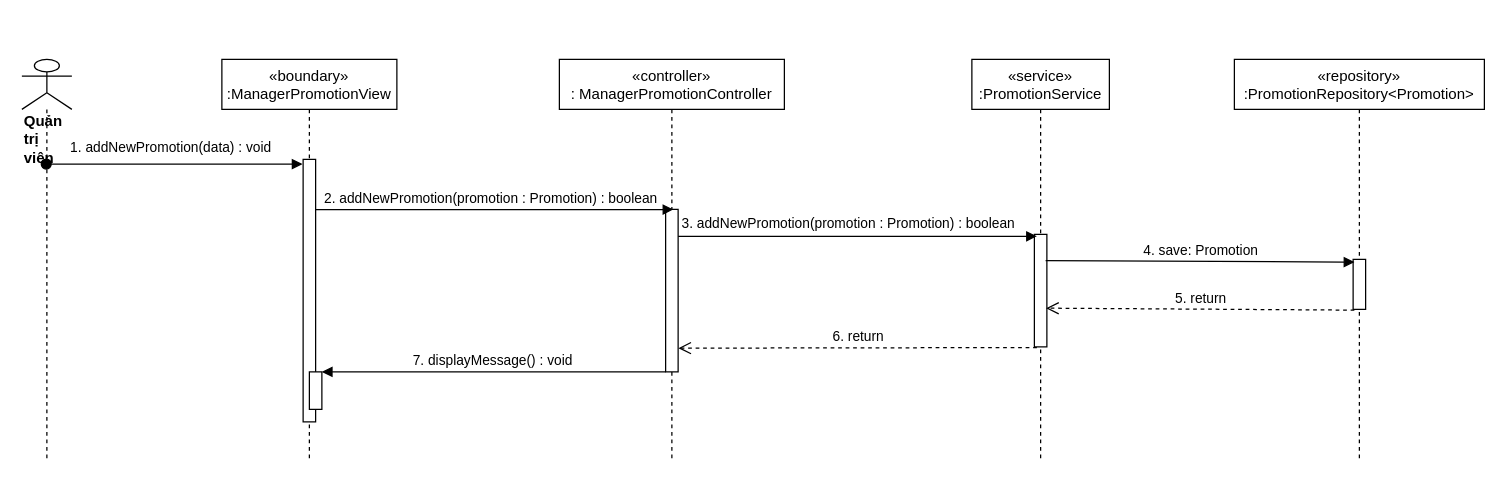
Earlier version of the draw.io diagram sequence diagram/add-promotion-manager-sequence.drawio (nguyenphamvan/datn_20202). Source tidied: cells renumbered, new cells numbered last; positions are measured from the earlier drawing's top-left corner, leaving out a move shared by most shapes. Both pictures are drawn from the tidied source at 125%, with x=0, y=0 at pixel (21, 59).
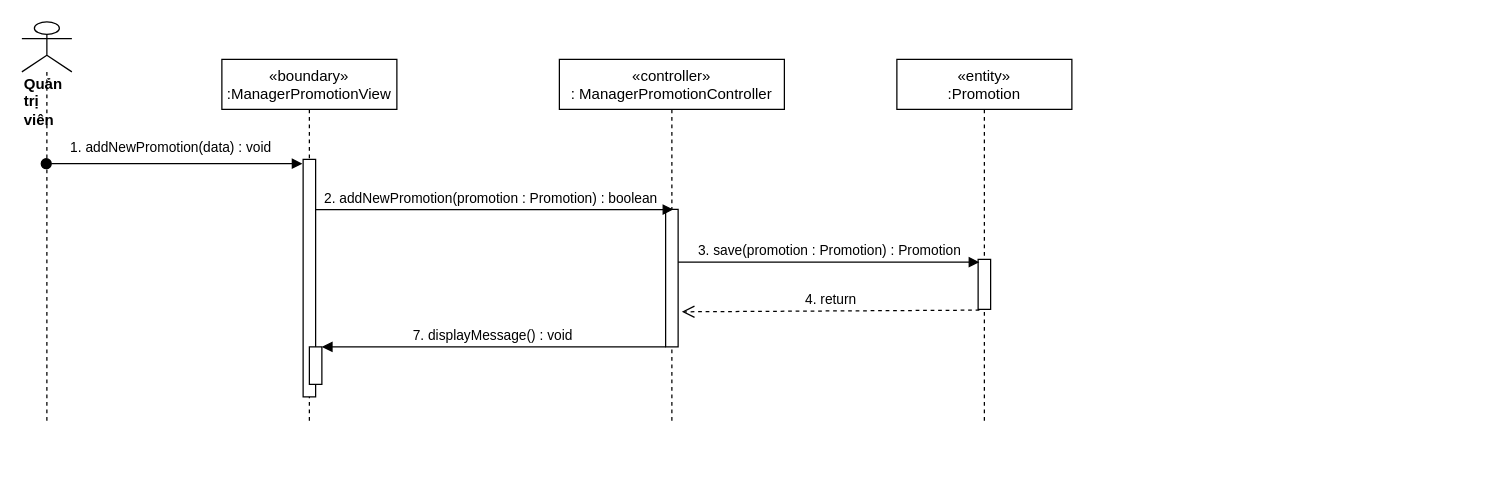
After the change.

Diff of the diagram source:
```diff
@@
     <mxCell id="2" value="«boundary»&#10;:ManagerPromotionView" style="shape=umlLifeline;perimeter=lifelinePerimeter;rounded=0;shadow=0;strokeWidth=1;" parent="1" vertex="1">
-      <mxGeometry x="160" width="140" height="320" as="geometry" />
+      <mxGeometry x="160" width="140" height="290" as="geometry" />
     </mxCell>
     <mxCell id="3" style="points=[];perimeter=orthogonalPerimeter;rounded=0;shadow=0;strokeWidth=1;" parent="2" vertex="1">
-      <mxGeometry x="65" y="80" width="10" height="210" as="geometry" />
+      <mxGeometry x="65" y="80" width="10" height="190" as="geometry" />
     </mxCell>
     <mxCell id="4" style="html=1;points=[];perimeter=orthogonalPerimeter;" parent="2" vertex="1">
-      <mxGeometry x="70" y="250" width="10" height="30" as="geometry" />
+      <mxGeometry x="70" y="230" width="10" height="30" as="geometry" />
     </mxCell>
     <mxCell id="5" value="«controller»&#10;: ManagerPromotionController" style="shape=umlLifeline;perimeter=lifelinePerimeter;rounded=0;shadow=0;strokeWidth=1;" parent="1" vertex="1">
-      <mxGeometry x="430" width="180" height="320" as="geometry" />
+      <mxGeometry x="430" width="180" height="290" as="geometry" />
     </mxCell>
     <mxCell id="6" style="points=[];perimeter=orthogonalPerimeter;rounded=0;shadow=0;strokeWidth=1;" parent="5" vertex="1">
-      <mxGeometry x="85" y="120" width="10" height="130" as="geometry" />
+      <mxGeometry x="85" y="120" width="10" height="110" as="geometry" />
     </mxCell>
     <mxCell id="7" value="&lt;div&gt;&lt;b&gt;Quản trị viên&lt;/b&gt;&lt;/div&gt;" style="shape=umlLifeline;participant=umlActor;perimeter=lifelinePerimeter;whiteSpace=wrap;html=1;verticalAlign=top;spacingTop=36;outlineConnect=0;align=left;size=40;" parent="1" vertex="1">
-      <mxGeometry width="40" height="320" as="geometry" />
+      <mxGeometry y="-30" width="40" height="320" as="geometry" />
     </mxCell>
@@
-    <mxCell id="9" value="«service»&#10;:PromotionService" style="shape=umlLifeline;perimeter=lifelinePerimeter;rounded=0;shadow=0;strokeWidth=1;" parent="1" vertex="1">
-      <mxGeometry x="760" width="110" height="320" as="geometry" />
-    </mxCell>
-    <mxCell id="10" style="points=[];perimeter=orthogonalPerimeter;rounded=0;shadow=0;strokeWidth=1;" parent="9" vertex="1">
-      <mxGeometry x="50" y="140" width="10" height="90" as="geometry" />
-    </mxCell>
@@
-    <mxCell id="12" style="html=1;verticalAlign=bottom;endArrow=block;entryX=0.2;entryY=0.017;entryDx=0;entryDy=0;entryPerimeter=0;" parent="1" edge="1" source="6" target="10">
-      <mxGeometry relative="1" as="geometry" />
-    </mxCell>
-    <mxCell id="13" value="3. addNewPromotion(promotion : Promotion) : boolean" style="edgeLabel;html=1;align=center;verticalAlign=middle;" parent="12" vertex="1">
-      <mxGeometry x="-0.08" y="4" relative="1" as="geometry">
-        <mxPoint x="3" y="-7" as="offset" />
-      </mxGeometry>
-    </mxCell>
-    <mxCell id="14" value="6. return" style="html=1;verticalAlign=bottom;endArrow=open;dashed=1;endSize=8;exitX=0.2;exitY=1.006;exitDx=0;exitDy=0;exitPerimeter=0;entryX=1.02;entryY=0.854;entryDx=0;entryDy=0;entryPerimeter=0;" parent="1" edge="1" source="10" target="6">
-      <mxGeometry relative="1" as="geometry" />
-    </mxCell>
@@
-    <mxCell id="16" value="«repository»&#10;:PromotionRepository&lt;Promotion&gt;" style="shape=umlLifeline;perimeter=lifelinePerimeter;rounded=0;shadow=0;strokeWidth=1;" parent="1" vertex="1">
-      <mxGeometry x="970" width="200" height="320" as="geometry" />
+    <mxCell id="16" value="«entity»&#10;:Promotion" style="shape=umlLifeline;perimeter=lifelinePerimeter;rounded=0;shadow=0;strokeWidth=1;" parent="1" vertex="1">
+      <mxGeometry x="700" width="140" height="290" as="geometry" />
     </mxCell>
     <mxCell id="17" style="points=[];perimeter=orthogonalPerimeter;rounded=0;shadow=0;strokeWidth=1;" parent="16" vertex="1">
-      <mxGeometry x="95" y="160" width="10" height="40" as="geometry" />
+      <mxGeometry x="65" y="160" width="10" height="40" as="geometry" />
     </mxCell>
-    <mxCell id="18" value="4. save: Promotion" style="html=1;verticalAlign=bottom;endArrow=block;entryX=0.1;entryY=0.055;entryDx=0;entryDy=0;entryPerimeter=0;exitX=0.9;exitY=0.233;exitDx=0;exitDy=0;exitPerimeter=0;" parent="1" edge="1" source="10" target="17">
+    <mxCell id="18" value="3. save(promotion : Promotion) : Promotion" style="html=1;verticalAlign=bottom;endArrow=block;entryX=0.1;entryY=0.055;entryDx=0;entryDy=0;entryPerimeter=0;" parent="1" edge="1" source="6" target="17">
       <mxGeometry relative="1" as="geometry" />
     </mxCell>
-    <mxCell id="19" value="5. return" style="html=1;verticalAlign=bottom;endArrow=open;dashed=1;endSize=8;exitX=0.1;exitY=1.015;exitDx=0;exitDy=0;exitPerimeter=0;entryX=0.94;entryY=0.656;entryDx=0;entryDy=0;entryPerimeter=0;" parent="1" edge="1" source="17" target="10">
+    <mxCell id="19" value="4. return" style="html=1;verticalAlign=bottom;endArrow=open;dashed=1;endSize=8;exitX=0.1;exitY=1.015;exitDx=0;exitDy=0;exitPerimeter=0;entryX=1.3;entryY=0.745;entryDx=0;entryDy=0;entryPerimeter=0;" parent="1" edge="1" source="17" target="6">
       <mxGeometry relative="1" as="geometry" />
     </mxCell>
```
